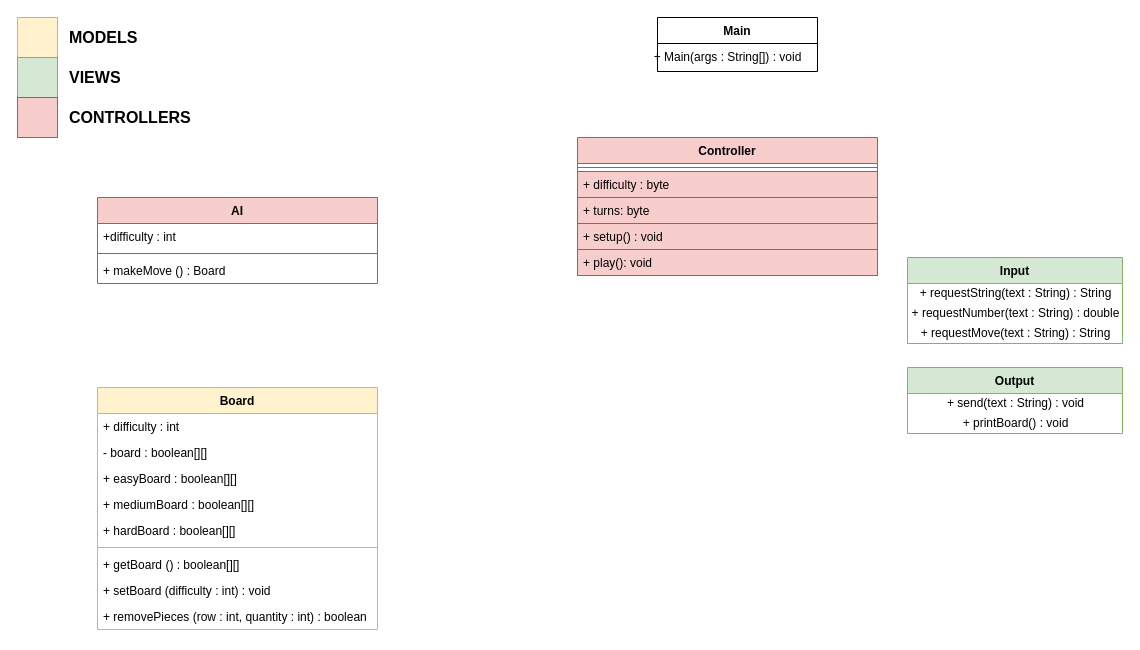
EShrestha/PSE-GameOfNim keeps this draw.io diagram as UML-PSE.drawio. Above is the earlier version. Source tidied: cells renumbered, new cells numbered last; positions are measured from the earlier drawing's top-left corner, leaving out a move shared by most shapes. Both pictures are drawn from the tidied source at 100%, with x=0, y=0 at pixel (17, 17).
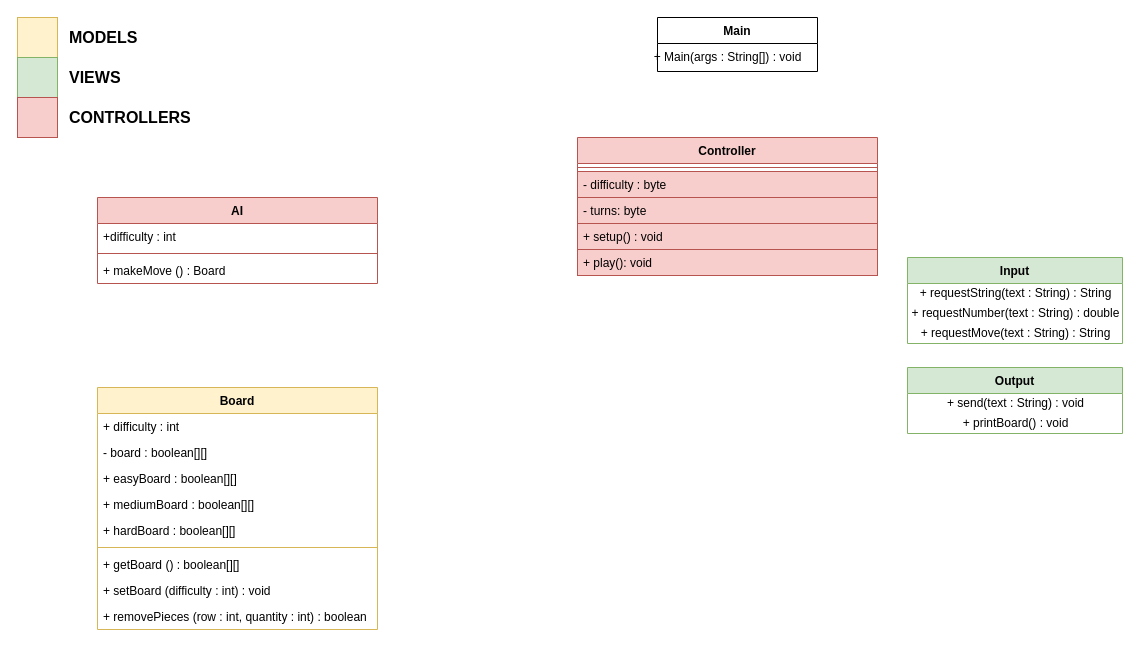
The same page after the edit.

The change refers to these unchanged cells:
```xml
<mxCell id="17" value="Controller" style="swimlane;fontStyle=1;align=center;verticalAlign=top;horizontal=1;startSize=26;fillColor=#f8cecc;strokeColor=#b85450;" parent="1" vertex="1">
  <mxGeometry x="560" y="120" width="300" height="138" as="geometry" />
</mxCell>
```

Diff of the diagram source:
```diff
@@
-    <mxCell id="19" value="+ difficulty : byte" style="text;strokeColor=#b85450;fillColor=#f8cecc;align=left;verticalAlign=top;spacingLeft=4;spacingRight=4;overflow=hidden;" parent="17" vertex="1">
+    <mxCell id="19" value="- difficulty : byte" style="text;strokeColor=#b85450;fillColor=#f8cecc;align=left;verticalAlign=top;spacingLeft=4;spacingRight=4;overflow=hidden;" parent="17" vertex="1">
       <mxGeometry y="34" width="300" height="26" as="geometry" />
     </mxCell>
-    <mxCell id="20" value="+ turns: byte" style="text;strokeColor=#b85450;fillColor=#f8cecc;align=left;verticalAlign=top;spacingLeft=4;spacingRight=4;overflow=hidden;" parent="17" vertex="1">
+    <mxCell id="20" value="- turns: byte" style="text;strokeColor=#b85450;fillColor=#f8cecc;align=left;verticalAlign=top;spacingLeft=4;spacingRight=4;overflow=hidden;" parent="17" vertex="1">
       <mxGeometry y="60" width="300" height="26" as="geometry" />
     </mxCell>
```
